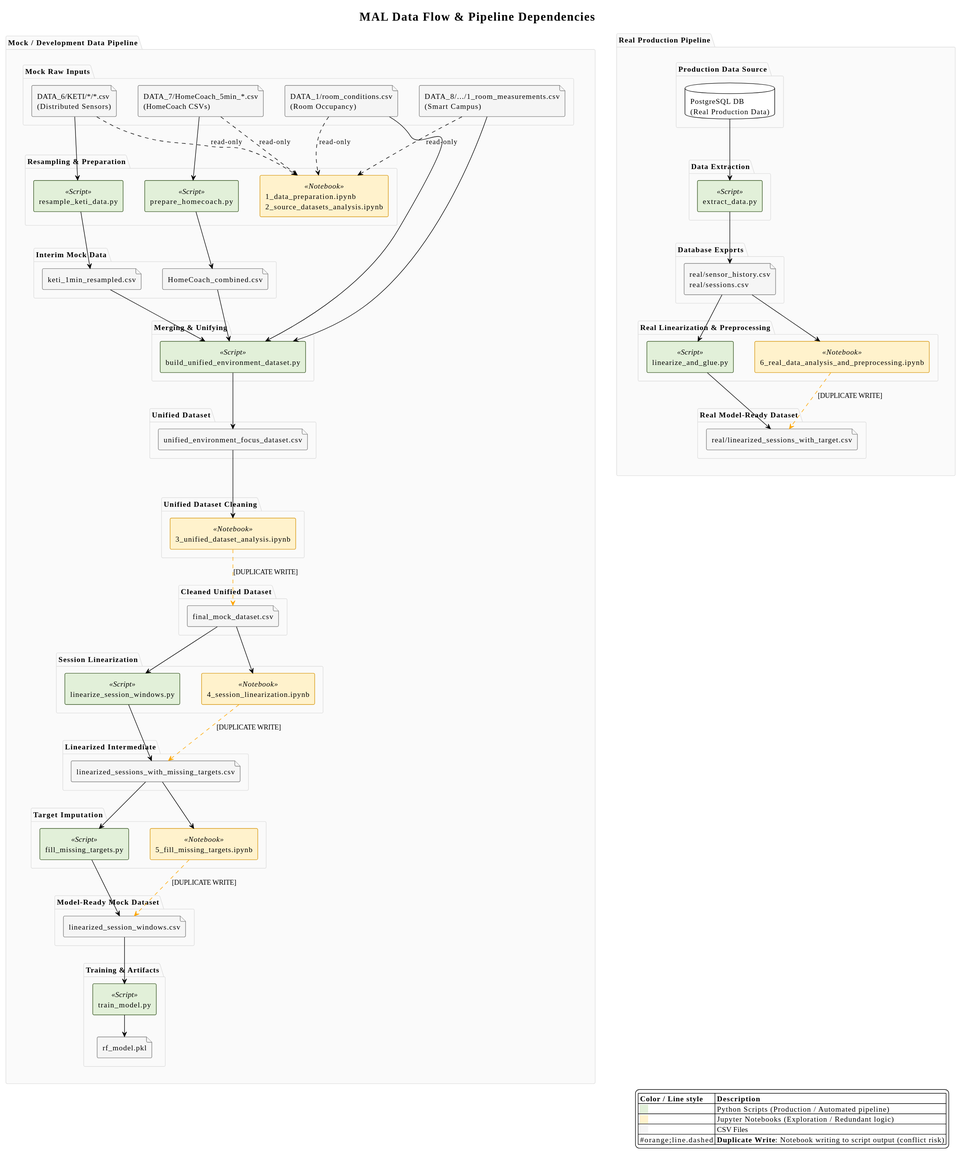
Earlier version of the PlantUML export MAL/docs/diagrams/data_pipeline.svg (SEP4Real/SEP4).
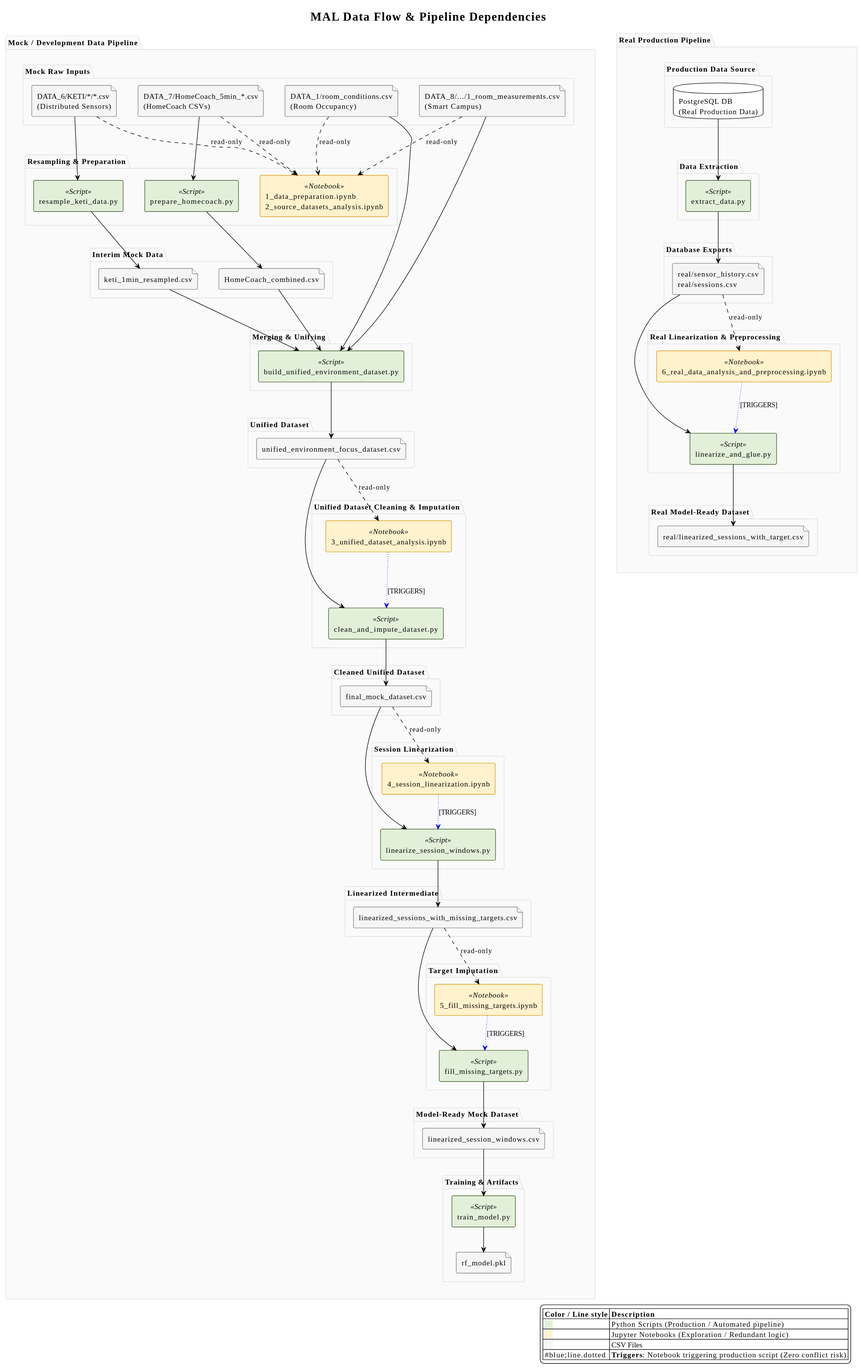
After the change.

Commit message:
[Fix] Duplicate logic between notebooks and scripts

Change to the diagram source:
```diff
@@ -2,7 +2,7 @@
 !theme plain
 title MAL Data Flow & Pipeline Dependencies
 
-skinparam ranksep 40
+skinparam ranksep 45
 skinparam nodesep 40
 skinparam componentStyle rectangle
 skinparam PackageBackgroundColor #FAFAFA
@@ -47,7 +47,8 @@
     file "unified_environment_focus_dataset.csv" as proc_unified
   }
 
-  package "Unified Dataset Cleaning" as mock_l6 {
+  package "Unified Dataset Cleaning & Imputation" as mock_l6 {
+    component "clean_and_impute_dataset.py" as scr_clean_impute <<Script>>
     component "3_unified_dataset_analysis.ipynb" as nb_unified_analysis <<Notebook>>
   }
 
@@ -96,20 +97,20 @@
 
   scr_build_unified --> proc_unified
 
-  proc_unified --> nb_unified_analysis
-  nb_unified_analysis ..> proc_final_mock #orange;line.dashed : [DUPLICATE WRITE]
+  proc_unified --> scr_clean_impute
+  proc_unified ..> nb_unified_analysis : read-only
+  nb_unified_analysis ..> scr_clean_impute #blue;line.dotted : [TRIGGERS]
+  scr_clean_impute --> proc_final_mock
 
   proc_final_mock --> scr_linearize
-  proc_final_mock --> nb_session_lin
-
+  proc_final_mock ..> nb_session_lin : read-only
+  nb_session_lin ..> scr_linearize #blue;line.dotted : [TRIGGERS]
   scr_linearize --> proc_missing
-  nb_session_lin ..> proc_missing #orange;line.dashed : [DUPLICATE WRITE]
 
   proc_missing --> scr_fill_targets
-  proc_missing --> nb_fill_targets
-
+  proc_missing ..> nb_fill_targets : read-only
+  nb_fill_targets ..> scr_fill_targets #blue;line.dotted : [TRIGGERS]
   scr_fill_targets --> proc_session_windows
-  nb_fill_targets ..> proc_session_windows #orange;line.dashed : [DUPLICATE WRITE]
 
   proc_session_windows --> scr_train
   scr_train --> model_rf
@@ -142,10 +143,10 @@
   scr_extract --> real_raw
 
   real_raw --> scr_linearize_glue
-  real_raw --> nb_real_prep
+  real_raw ..> nb_real_prep : read-only
+  nb_real_prep ..> scr_linearize_glue #blue;line.dotted : [TRIGGERS]
 
   scr_linearize_glue --> real_linearized
-  nb_real_prep ..> real_linearized #orange;line.dashed : [DUPLICATE WRITE]
 }
 
 mock_pipeline -[hidden]right-> real_pipeline
@@ -155,6 +156,6 @@
   | <back:#E2F0D9>    </back> | Python Scripts (Production / Automated pipeline) |
   | <back:#FFF2CC>    </back> | Jupyter Notebooks (Exploration / Redundant logic) |
   | <back:#F5F5F5>    </back> | CSV Files |
-  | #orange;line.dashed | **Duplicate Write**: Notebook writing to script output (conflict risk) |
+  | #blue;line.dotted | **Triggers**: Notebook triggering production script (Zero conflict risk) |
 endlegend
 @enduml
```
